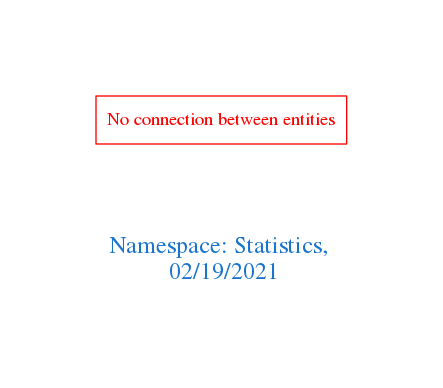
Before: downloads/Statistics.png, a diagram exported from Graphviz (arago/OGIT). Its source is kept beside it as downloads/Statistics.dot.
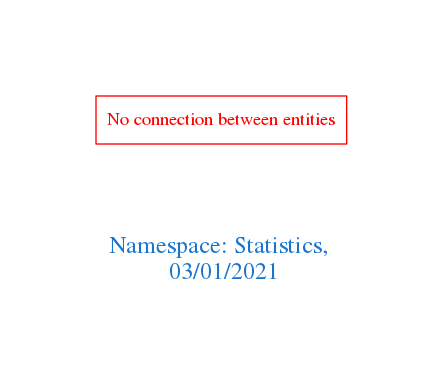
The same file after the commit.

Change to the diagram source:
```diff
@@ -1,7 +1,7 @@
 digraph OGIT_ontology {
  graph [ rankdir= LR,pad=1
 fontsize = 18,
-fontcolor= dodgerblue3,label = "\n\n\nNamespace: Statistics, \n 02/19/2021"];
+fontcolor= dodgerblue3,label = "\n\n\nNamespace: Statistics, \n 03/01/2021"];
 node[shape=polygon];
 edge [  color="gray81"];
 
```
